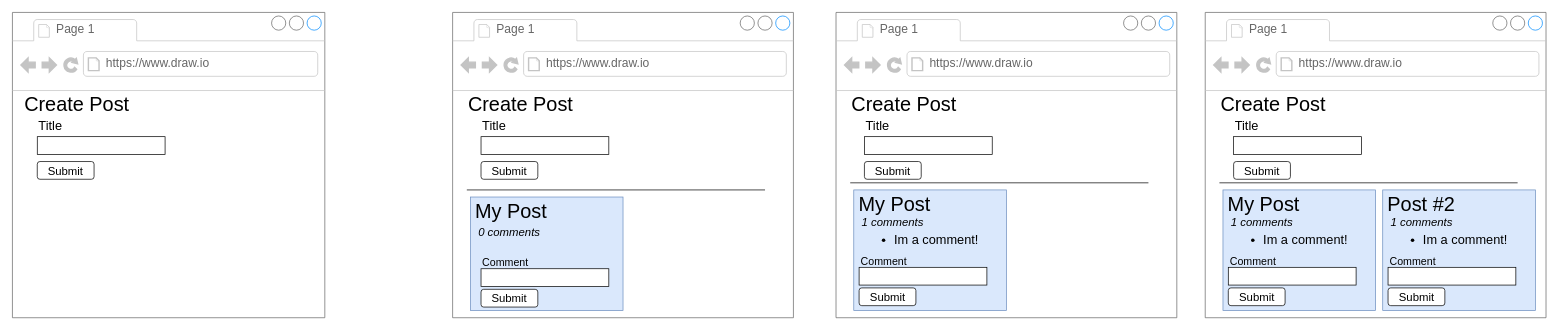
The draw.io diagram page "01 - mockup" (2 of 9) of diagrams/02/diagrams.drawio in HappySuzuki/microservices-cast, before the edit. Source tidied: cells renumbered, new cells numbered last; positions are measured from the earlier drawing's top-left corner, leaving out a move shared by most shapes. Both pictures are drawn from the tidied source at 71%, with x=0, y=0 at pixel (12, 12).
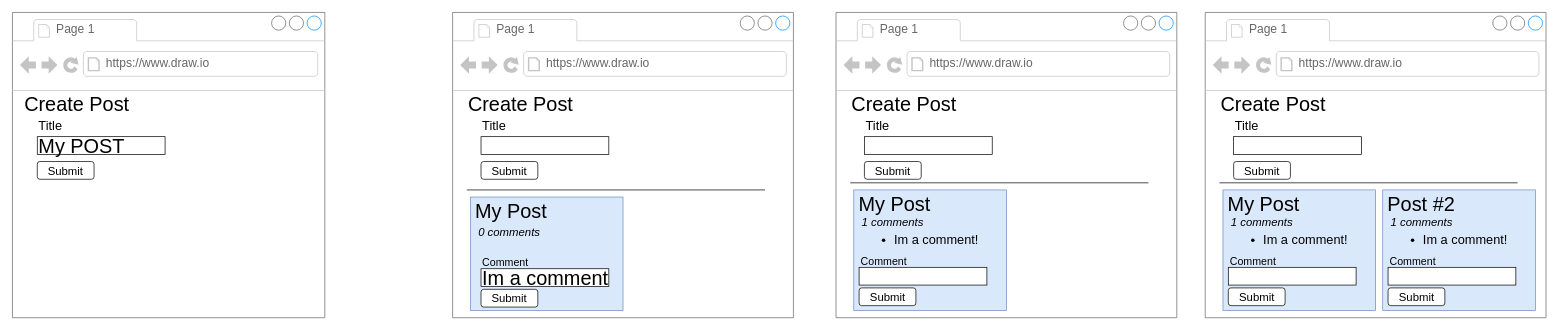
The same diagram, later.

Unchanged cells that the change refers to:
```xml
<mxCell id="2" style="strokeWidth=1;shadow=0;dashed=0;align=center;html=1;shape=mxgraph.mockup.containers.browserWindow;rSize=0;strokeColor=#666666;strokeColor2=#008cff;strokeColor3=#c4c4c4;mainText=,;" parent="1" vertex="1">
  <mxGeometry width="440" height="430" as="geometry" />
</mxCell>
<mxCell id="9" style="strokeWidth=1;shadow=0;dashed=0;align=center;html=1;shape=mxgraph.mockup.containers.browserWindow;rSize=0;strokeColor=#666666;strokeColor2=#008cff;strokeColor3=#c4c4c4;mainText=,;" parent="1" vertex="1">
  <mxGeometry x="620" width="480" height="430" as="geometry" />
</mxCell>
```

Diff of the diagram source:
```diff
@@
-    <mxCell id="6" style="whiteSpace=wrap;html=1;fontSize=28;align=left;" parent="2" vertex="1">
+    <mxCell id="6" value="My POST" style="whiteSpace=wrap;html=1;fontSize=28;align=left;" parent="2" vertex="1">
       <mxGeometry x="35" y="175" width="180" height="25" as="geometry" />
     </mxCell>
@@
-    <mxCell id="20" style="whiteSpace=wrap;html=1;fontSize=28;align=left;" parent="9" vertex="1">
+    <mxCell id="20" value="Im a comment" style="whiteSpace=wrap;html=1;fontSize=28;align=left;" parent="9" vertex="1">
       <mxGeometry x="40" y="361" width="180" height="25" as="geometry" />
     </mxCell>
```
